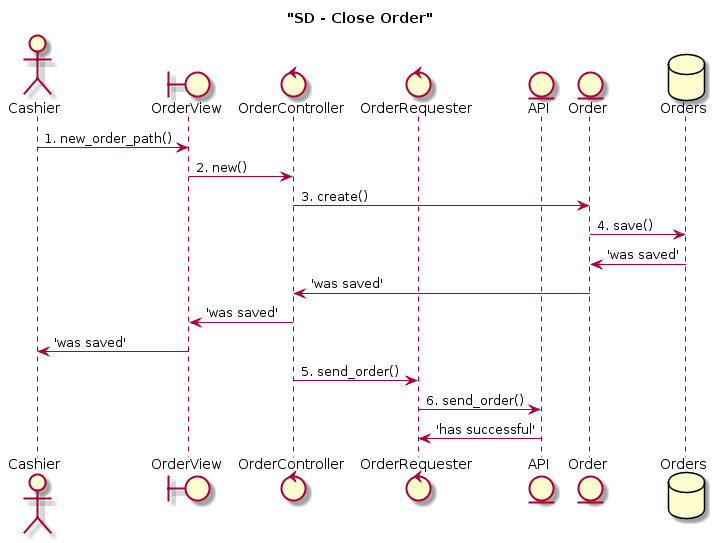
The PlantUML diagram uml/close-order.png in TomazMartins/tea-store, before a commit. The source it was exported from:
```plantuml
@startuml
title "SD - Close Order"

actor Cashier
boundary OrderView
control OrderController
control OrderRequester
entity API
entity Order
database Orders

Cashier -> OrderView : 1. new_order_path()
OrderView -> OrderController : 2. new()
OrderController -> Order : 3. create()
Order -> Orders : 4. save()
Orders -> Order : 'was saved'
Order -> OrderController : 'was saved'
OrderController -> OrderView : 'was saved'
OrderView -> Cashier : 'was saved'

OrderController -> OrderRequester : 5. send_order()
OrderRequester -> API : 6. send_order()
API -> OrderRequester : 'has successful'
@enduml
```
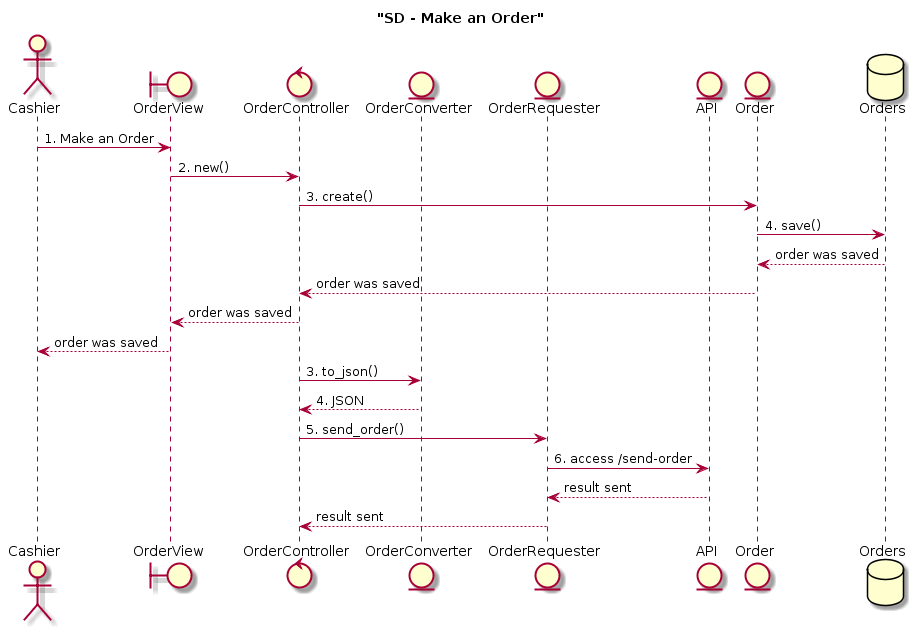
Above is the later version.

Diff of the diagram source:
```diff
@@ -1,24 +1,28 @@
 @startuml
-title "SD - Close Order"
+title "SD - Make an Order"
 
 actor Cashier
 boundary OrderView
 control OrderController
-control OrderRequester
+entity OrderConverter
+entity OrderRequester
 entity API
 entity Order
 database Orders
 
-Cashier -> OrderView : 1. new_order_path()
-OrderView -> OrderController : 2. new()
+Cashier -> OrderView : 1. Make an Order
+OrderView -> OrderController: 2. new()
 OrderController -> Order : 3. create()
 Order -> Orders : 4. save()
-Orders -> Order : 'was saved'
-Order -> OrderController : 'was saved'
-OrderController -> OrderView : 'was saved'
-OrderView -> Cashier : 'was saved'
+Orders --> Order : order was saved
+Order --> OrderController : order was saved
+OrderController --> OrderView : order was saved
+OrderView --> Cashier : order was saved
 
+OrderController -> OrderConverter : 3. to_json()
+OrderConverter --> OrderController : 4. JSON
 OrderController -> OrderRequester : 5. send_order()
-OrderRequester -> API : 6. send_order()
-API -> OrderRequester : 'has successful'
+OrderRequester -> API : 6. access /send-order
+API --> OrderRequester : result sent
+OrderRequester --> OrderController : result sent
 @enduml
```
